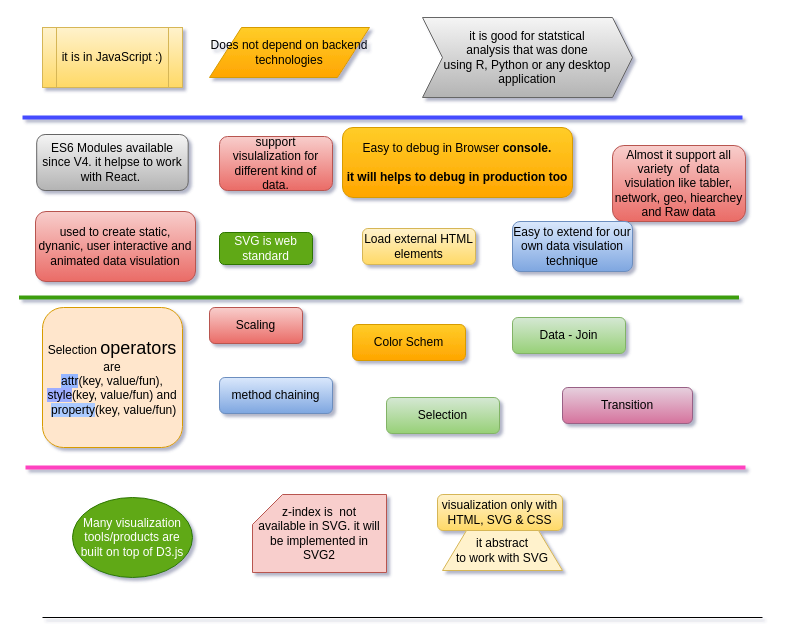
This is page "Killing features of D3" (4 of 6) of My Articles/d3/D3 Understanding.drawio from anbarasan-raji/books, a draw.io file, before an edit. Source tidied: cells renumbered, new cells numbered last; positions are measured from the earlier drawing's top-left corner, leaving out a move shared by most shapes. Both pictures are drawn from the tidied source at 100%, with x=0, y=0 at pixel (18, 17).
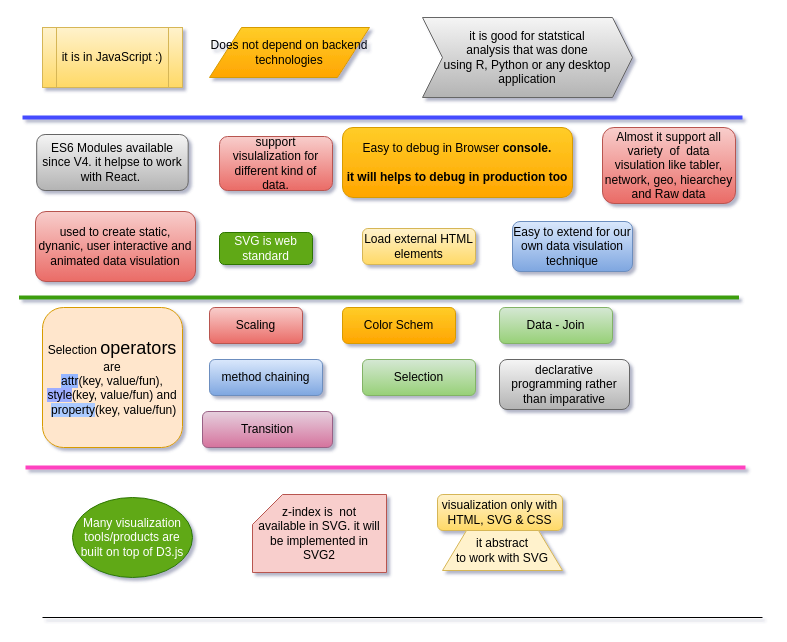
The same page after the edit.

Change to the diagram source:
```diff
@@
     <mxCell id="2" value="Selection" style="rounded=1;whiteSpace=wrap;html=1;gradientColor=#97d077;fillColor=#d5e8d4;strokeColor=#82b366;" parent="1" vertex="1">
-      <mxGeometry x="368" y="380" width="113" height="36" as="geometry" />
+      <mxGeometry x="344" y="342" width="113" height="36" as="geometry" />
     </mxCell>
     <mxCell id="3" value="Transition" style="rounded=1;whiteSpace=wrap;html=1;gradientColor=#d5739d;fillColor=#e6d0de;strokeColor=#996185;" parent="1" vertex="1">
-      <mxGeometry x="544" y="370" width="130" height="36" as="geometry" />
+      <mxGeometry x="184" y="394" width="130" height="36" as="geometry" />
     </mxCell>
     <mxCell id="4" value="method chaining" style="rounded=1;whiteSpace=wrap;html=1;gradientColor=#7ea6e0;fillColor=#dae8fc;strokeColor=#6c8ebf;" parent="1" vertex="1">
-      <mxGeometry x="201" y="360" width="113" height="36" as="geometry" />
+      <mxGeometry x="191" y="342" width="113" height="36" as="geometry" />
     </mxCell>
@@
     <mxCell id="7" value="Data - Join" style="rounded=1;whiteSpace=wrap;html=1;gradientColor=#97d077;fillColor=#d5e8d4;strokeColor=#82b366;" parent="1" vertex="1">
-      <mxGeometry x="494" y="300" width="113" height="36" as="geometry" />
+      <mxGeometry x="481" y="290" width="113" height="36" as="geometry" />
     </mxCell>
@@
     <mxCell id="14" value="Color Schem" style="rounded=1;whiteSpace=wrap;html=1;gradientColor=#ffa500;fillColor=#ffcd28;strokeColor=#d79b00;" parent="1" vertex="1">
-      <mxGeometry x="334" y="307" width="113" height="36" as="geometry" />
+      <mxGeometry x="324" y="290" width="113" height="36" as="geometry" />
     </mxCell>
@@
     <mxCell id="16" value="Almost it support all variety&amp;nbsp; of&amp;nbsp; data visulation like tabler, network, geo, hiearchey and Raw data" style="rounded=1;whiteSpace=wrap;html=1;gradientColor=#ea6b66;fillColor=#f8cecc;strokeColor=#b85450;" parent="1" vertex="1">
-      <mxGeometry x="594" y="128" width="133" height="76" as="geometry" />
+      <mxGeometry x="584" y="110" width="133" height="76" as="geometry" />
     </mxCell>
@@
+    <mxCell id="28" value="declarative programming rather than imparative" style="rounded=1;whiteSpace=wrap;html=1;gradientColor=#b3b3b3;fillColor=#f5f5f5;strokeColor=#666666;" parent="1" vertex="1">
+      <mxGeometry x="481" y="342" width="130" height="50" as="geometry" />
+    </mxCell>
```
